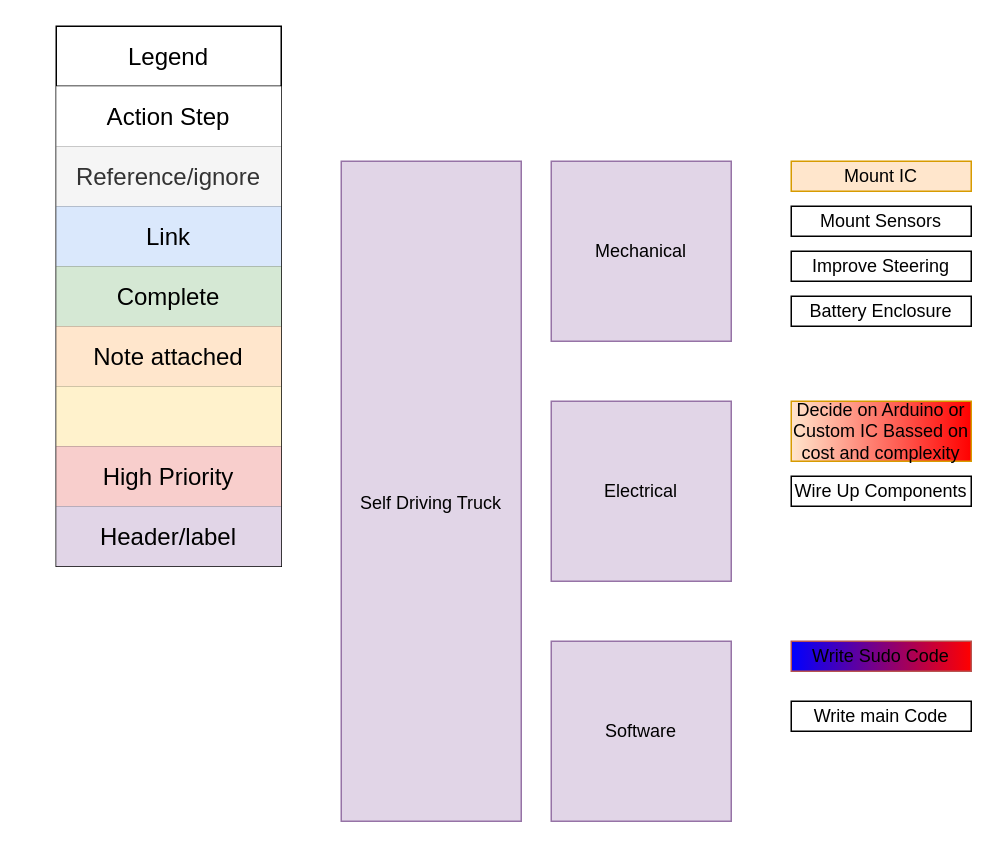
Before: Self_Driving_Truck.drawio in usernamesareusless/Truck, a draw.io diagram. Source tidied: cells renumbered, new cells numbered last; positions are measured from the earlier drawing's top-left corner, leaving out a move shared by most shapes. Both pictures are drawn from the tidied source at 150%, with x=0, y=0 at pixel (56, 26).
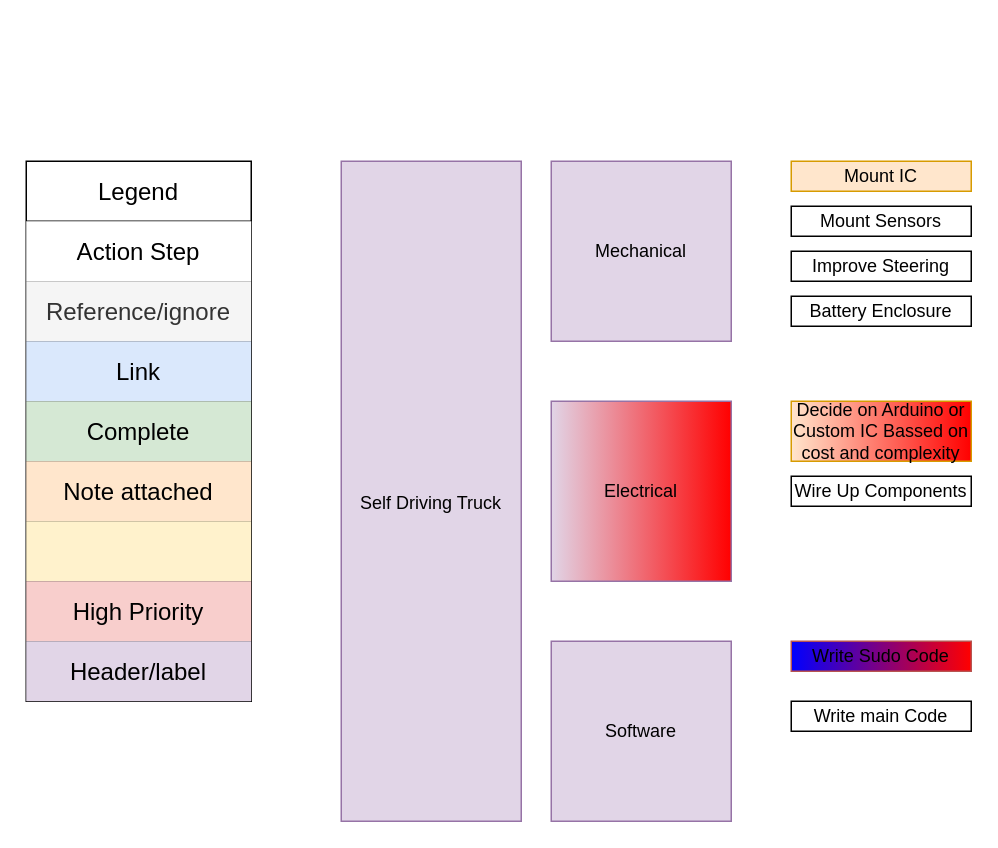
The same page after the edit.

Change to the diagram source:
```diff
@@
-    <mxCell id="4" value="Electrical" style="whiteSpace=wrap;html=1;fillColor=#e1d5e7;strokeColor=#9673a6;" parent="1" vertex="1">
+    <mxCell id="4" value="Electrical" style="whiteSpace=wrap;html=1;fillColor=#e1d5e7;strokeColor=#9673a6;gradientColor=#ff0000;gradientDirection=east;" parent="1" vertex="1">
       <mxGeometry x="330" y="250" width="120" height="120" as="geometry" />
     </mxCell>
@@
     <mxCell id="13" style="shape=table;startSize=0;childLayout=tableLayout;fontSize=16;" parent="1" vertex="1">
-      <mxGeometry width="150" height="360" as="geometry" />
+      <mxGeometry x="-20" y="90" width="150" height="360" as="geometry" />
     </mxCell>
```
